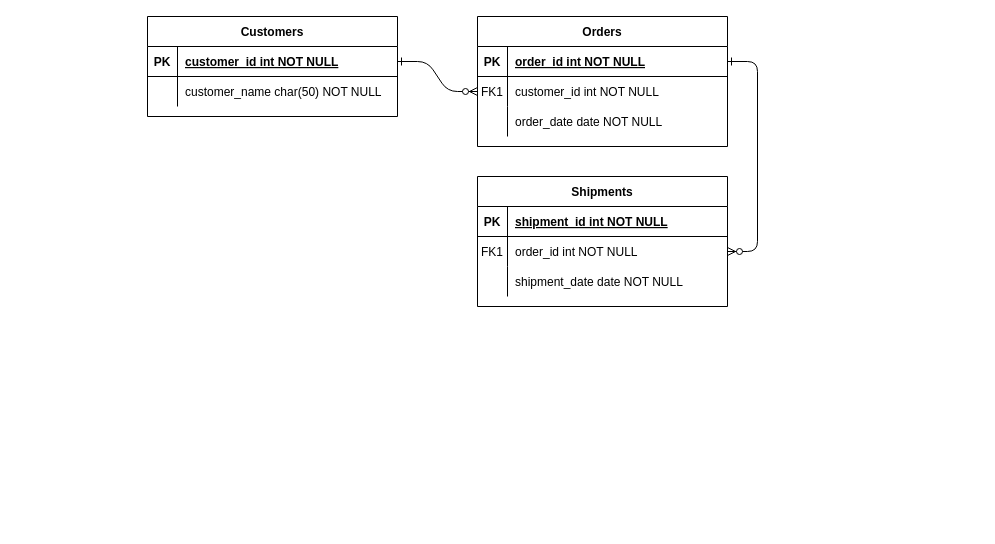
The draw.io diagram Untitled Diagram.drawio in DumeGrisoni/Base_de_donnees_Cinema, before the edit. Source tidied: cells renumbered, new cells numbered last; positions are measured from the earlier drawing's top-left corner, leaving out a move shared by most shapes. Both pictures are drawn from the tidied source at 100%, with x=0, y=0 at pixel (147, 16).
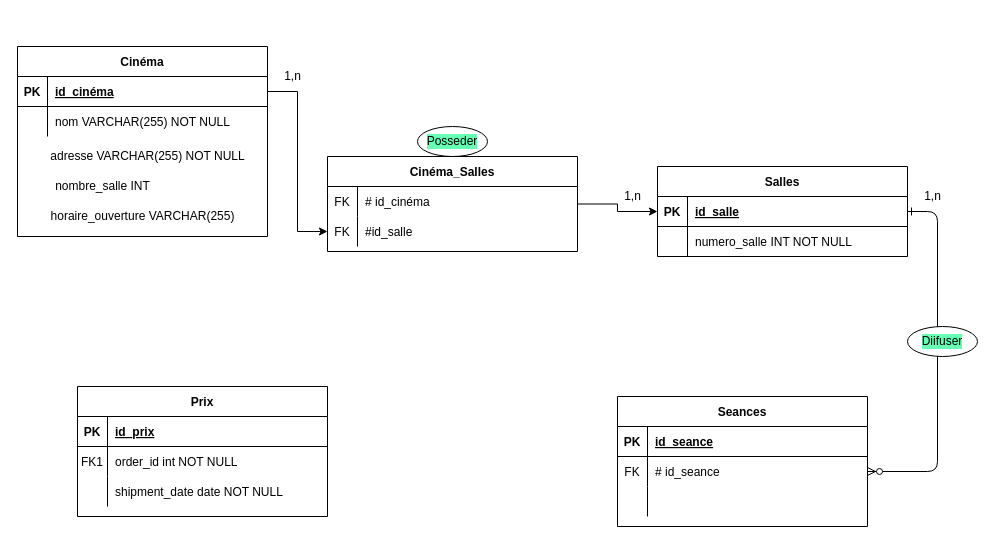
The same diagram, later.

The change refers to these unchanged cells:
```xml
<mxCell id="5" style="shape=partialRectangle;fillColor=none;points=[[0,0.5],[1,0.5]];portConstraint=eastwest;top=0;left=0;right=0;bottom=1;" parent="4" vertex="1">
  <mxGeometry y="30" width="250" height="30" as="geometry" />
</mxCell>
<mxCell id="15" style="shape=partialRectangle;fillColor=none;top=0;left=0;right=0;bottom=1;" parent="14" vertex="1">
  <mxGeometry y="30" width="250" height="30" as="geometry" />
</mxCell>
<mxCell id="18" style="shape=partialRectangle;fillColor=none;points=[[0,0.5],[1,0.5]];portConstraint=eastwest;top=0;left=0;right=0;bottom=0;" parent="14" vertex="1">
  <mxGeometry y="60" width="250" height="30" as="geometry" />
</mxCell>
<mxCell id="21" style="shape=partialRectangle;fillColor=none;top=0;left=0;right=0;bottom=0;" parent="14" vertex="1">
  <mxGeometry y="90" width="250" height="30" as="geometry" />
</mxCell>
<mxCell id="25" style="shape=partialRectangle;fillColor=none;points=[[0,0.5],[1,0.5]];portConstraint=eastwest;top=0;left=0;right=0;bottom=1;" parent="24" vertex="1">
  <mxGeometry y="30" width="250" height="30" as="geometry" />
</mxCell>
<mxCell id="28" style="shape=partialRectangle;fillColor=none;top=0;left=0;right=0;bottom=0;" parent="24" vertex="1">
  <mxGeometry y="60" width="250" height="30" as="geometry" />
</mxCell>
```

What changed in the source:
```diff
@@
-    <mxCell id="2" style="edgeStyle=entityRelationEdgeStyle;endArrow=ERzeroToMany;startArrow=ERone;endFill=1;startFill=0;" parent="1" edge="1" source="25" target="8">
-      <mxGeometry relative="1" as="geometry" />
-    </mxCell>
@@
-    <mxCell id="4" value="Orders" style="shape=table;startSize=30;childLayout=tableLayout;rowLines=0;fontStyle=1;align=center;" parent="1" vertex="1">
-      <mxGeometry x="330" width="250" height="130" as="geometry" />
+    <mxCell id="4" value="Salles" style="shape=table;startSize=30;childLayout=tableLayout;rowLines=0;fontStyle=1;align=center;" parent="1" vertex="1">
+      <mxGeometry x="510" y="150" width="250" height="90" as="geometry" />
     </mxCell>
@@
-    <mxCell id="7" value="order_id int NOT NULL " style="shape=partialRectangle;overflow=hidden;fillColor=none;top=0;left=0;bottom=0;right=0;align=left;spacingLeft=6;fontStyle=5;" parent="5" vertex="1">
+    <mxCell id="7" value="id_salle" style="shape=partialRectangle;overflow=hidden;fillColor=none;top=0;left=0;bottom=0;right=0;align=left;spacingLeft=6;fontStyle=5;" parent="5" vertex="1">
       <mxGeometry x="30" width="220" height="30" as="geometry" />
     </mxCell>
-    <mxCell id="8" style="shape=partialRectangle;fillColor=none;points=[[0,0.5],[1,0.5]];portConstraint=eastwest;top=0;left=0;right=0;bottom=0;" parent="4" vertex="1">
-      <mxGeometry y="60" width="250" height="30" as="geometry" />
-    </mxCell>
-    <mxCell id="9" value="FK1" style="shape=partialRectangle;overflow=hidden;fillColor=none;top=0;left=0;bottom=0;right=0;" parent="8" vertex="1">
-      <mxGeometry width="30" height="30" as="geometry" />
-    </mxCell>
-    <mxCell id="10" value="customer_id int NOT NULL" style="shape=partialRectangle;overflow=hidden;fillColor=none;top=0;left=0;bottom=0;right=0;align=left;spacingLeft=6;" parent="8" vertex="1">
-      <mxGeometry x="30" width="220" height="30" as="geometry" />
-    </mxCell>
     <mxCell id="11" style="shape=partialRectangle;fillColor=none;top=0;left=0;right=0;bottom=0;" parent="4" vertex="1">
-      <mxGeometry y="90" width="250" height="30" as="geometry" />
+      <mxGeometry y="60" width="250" height="30" as="geometry" />
     </mxCell>
@@
-    <mxCell id="13" value="order_date date NOT NULL" style="shape=partialRectangle;overflow=hidden;fillColor=none;top=0;left=0;bottom=0;right=0;align=left;spacingLeft=6;" parent="11" vertex="1">
+    <mxCell id="13" value="numero_salle INT NOT NULL" style="shape=partialRectangle;overflow=hidden;fillColor=none;top=0;left=0;bottom=0;right=0;align=left;spacingLeft=6;" parent="11" vertex="1">
       <mxGeometry x="30" width="220" height="30" as="geometry" />
     </mxCell>
-    <mxCell id="14" value="Shipments" style="shape=table;startSize=30;childLayout=tableLayout;rowLines=0;fontStyle=1;align=center;" parent="1" vertex="1">
-      <mxGeometry x="330" y="160" width="250" height="130" as="geometry" />
+    <mxCell id="14" value="Seances" style="shape=table;startSize=30;childLayout=tableLayout;rowLines=0;fontStyle=1;align=center;" parent="1" vertex="1">
+      <mxGeometry x="470" y="380" width="250" height="130" as="geometry" />
     </mxCell>
@@
-    <mxCell id="17" value="shipment_id int NOT NULL " style="shape=partialRectangle;overflow=hidden;fillColor=none;top=0;left=0;bottom=0;right=0;align=left;spacingLeft=6;fontStyle=5;" parent="15" vertex="1">
+    <mxCell id="17" value="id_seance" style="shape=partialRectangle;overflow=hidden;fillColor=none;top=0;left=0;bottom=0;right=0;align=left;spacingLeft=6;fontStyle=5;" parent="15" vertex="1">
       <mxGeometry x="30" width="220" height="30" as="geometry" />
     </mxCell>
@@
-    <mxCell id="19" value="FK1" style="shape=partialRectangle;overflow=hidden;fillColor=none;top=0;left=0;bottom=0;right=0;" parent="18" vertex="1">
+    <mxCell id="19" value="FK" style="shape=partialRectangle;overflow=hidden;fillColor=none;top=0;left=0;bottom=0;right=0;" parent="18" vertex="1">
       <mxGeometry width="30" height="30" as="geometry" />
     </mxCell>
-    <mxCell id="20" value="order_id int NOT NULL" style="shape=partialRectangle;overflow=hidden;fillColor=none;top=0;left=0;bottom=0;right=0;align=left;spacingLeft=6;" parent="18" vertex="1">
+    <mxCell id="20" value="# id_seance" style="shape=partialRectangle;overflow=hidden;fillColor=none;top=0;left=0;bottom=0;right=0;align=left;spacingLeft=6;" parent="18" vertex="1">
       <mxGeometry x="30" width="220" height="30" as="geometry" />
     </mxCell>
@@
-    <mxCell id="23" value="shipment_date date NOT NULL" style="shape=partialRectangle;overflow=hidden;fillColor=none;top=0;left=0;bottom=0;right=0;align=left;spacingLeft=6;" parent="21" vertex="1">
+    <mxCell id="23" style="shape=partialRectangle;overflow=hidden;fillColor=none;top=0;left=0;bottom=0;right=0;align=left;spacingLeft=6;" parent="21" vertex="1">
       <mxGeometry x="30" width="220" height="30" as="geometry" />
     </mxCell>
-    <mxCell id="24" value="Customers" style="shape=table;startSize=30;childLayout=tableLayout;rowLines=0;fontStyle=1;align=center;" parent="1" vertex="1">
-      <mxGeometry width="250" height="100" as="geometry" />
+    <mxCell id="24" value="Cinéma" style="shape=table;startSize=30;childLayout=tableLayout;rowLines=0;fontStyle=1;align=center;" parent="1" vertex="1">
+      <mxGeometry x="-130" y="30" width="250" height="190" as="geometry" />
     </mxCell>
@@
-    <mxCell id="27" value="customer_id int NOT NULL " style="shape=partialRectangle;overflow=hidden;fillColor=none;top=0;left=0;bottom=0;right=0;align=left;spacingLeft=6;fontStyle=5;" parent="25" vertex="1">
+    <mxCell id="27" value="id_cinéma" style="shape=partialRectangle;overflow=hidden;fillColor=none;top=0;left=0;bottom=0;right=0;align=left;spacingLeft=6;fontStyle=5;" parent="25" vertex="1">
       <mxGeometry x="30" width="220" height="30" as="geometry" />
     </mxCell>
@@
-    <mxCell id="30" value="customer_name char(50) NOT NULL" style="shape=partialRectangle;overflow=hidden;fillColor=none;top=0;left=0;bottom=0;right=0;align=left;spacingLeft=6;" parent="28" vertex="1">
+    <mxCell id="30" value="nom VARCHAR(255) NOT NULL" style="shape=partialRectangle;overflow=hidden;fillColor=none;top=0;left=0;bottom=0;right=0;align=left;spacingLeft=6;" parent="28" vertex="1">
       <mxGeometry x="30" width="220" height="30" as="geometry" />
     </mxCell>
+    <mxCell id="31" value="Prix" style="shape=table;startSize=30;childLayout=tableLayout;rowLines=0;fontStyle=1;align=center;" parent="1" vertex="1">
+      <mxGeometry x="-70" y="370" width="250" height="130" as="geometry" />
+    </mxCell>
+    <mxCell id="32" style="shape=partialRectangle;fillColor=none;top=0;left=0;right=0;bottom=1;" parent="31" vertex="1">
+      <mxGeometry y="30" width="250" height="30" as="geometry" />
+    </mxCell>
+    <mxCell id="33" value="PK" style="shape=partialRectangle;overflow=hidden;fillColor=none;top=0;left=0;bottom=0;right=0;fontStyle=1;" parent="32" vertex="1">
+      <mxGeometry width="30" height="30" as="geometry" />
+    </mxCell>
+    <mxCell id="34" value="id_prix" style="shape=partialRectangle;overflow=hidden;fillColor=none;top=0;left=0;bottom=0;right=0;align=left;spacingLeft=6;fontStyle=5;" parent="32" vertex="1">
+      <mxGeometry x="30" width="220" height="30" as="geometry" />
+    </mxCell>
+    <mxCell id="35" style="shape=partialRectangle;fillColor=none;top=0;left=0;right=0;bottom=0;" parent="31" vertex="1">
+      <mxGeometry y="60" width="250" height="30" as="geometry" />
+    </mxCell>
+    <mxCell id="9" value="FK1" style="shape=partialRectangle;overflow=hidden;fillColor=none;top=0;left=0;bottom=0;right=0;" parent="35" vertex="1">
+      <mxGeometry width="30" height="30" as="geometry" />
+    </mxCell>
+    <mxCell id="36" value="order_id int NOT NULL" style="shape=partialRectangle;overflow=hidden;fillColor=none;top=0;left=0;bottom=0;right=0;align=left;spacingLeft=6;" parent="35" vertex="1">
+      <mxGeometry x="30" width="220" height="30" as="geometry" />
+    </mxCell>
+    <mxCell id="37" style="shape=partialRectangle;fillColor=none;top=0;left=0;right=0;bottom=0;" parent="31" vertex="1">
+      <mxGeometry y="90" width="250" height="30" as="geometry" />
+    </mxCell>
+    <mxCell id="38" style="shape=partialRectangle;overflow=hidden;fillColor=none;top=0;left=0;bottom=0;right=0;" parent="37" vertex="1">
+      <mxGeometry width="30" height="30" as="geometry" />
+    </mxCell>
+    <mxCell id="39" value="shipment_date date NOT NULL" style="shape=partialRectangle;overflow=hidden;fillColor=none;top=0;left=0;bottom=0;right=0;align=left;spacingLeft=6;" parent="37" vertex="1">
+      <mxGeometry x="30" width="220" height="30" as="geometry" />
+    </mxCell>
+    <mxCell id="40" value="1,n" style="text;html=1;align=center;verticalAlign=middle;strokeColor=none;fillColor=none;" parent="1" vertex="1">
+      <mxGeometry x="130" y="50" width="30" height="20" as="geometry" />
+    </mxCell>
+    <mxCell id="41" value="1,n" style="text;html=1;align=center;verticalAlign=middle;strokeColor=none;fillColor=none;" parent="1" vertex="1">
+      <mxGeometry x="470" y="170" width="30" height="20" as="geometry" />
+    </mxCell>
+    <mxCell id="42" value="Posseder" style="ellipse;whiteSpace=wrap;html=1;labelBackgroundColor=#66FFB3;" parent="1" vertex="1">
+      <mxGeometry x="270" y="110" width="70" height="30" as="geometry" />
+    </mxCell>
+    <mxCell id="43" style="edgeStyle=orthogonalEdgeStyle;rounded=0;orthogonalLoop=1;jettySize=auto;html=1;exitX=0.5;exitY=1;exitDx=0;exitDy=0;" parent="1" edge="1">
+      <mxGeometry relative="1" as="geometry">
+        <mxPoint x="355" y="220" as="sourcePoint" />
+        <mxPoint x="355" y="220" as="targetPoint" />
+      </mxGeometry>
+    </mxCell>
+    <mxCell id="44" style="edgeStyle=orthogonalEdgeStyle;rounded=0;jettySize=auto;html=1;exitX=1;exitY=0.5;exitDx=0;exitDy=0;entryX=0;entryY=0.5;entryDx=0;entryDy=0;" parent="1" edge="1" source="45" target="5">
+      <mxGeometry relative="1" as="geometry" />
+    </mxCell>
+    <mxCell id="45" value="Cinéma_Salles" style="shape=table;startSize=30;childLayout=tableLayout;rowLines=0;fontStyle=1;align=center;" parent="1" vertex="1">
+      <mxGeometry x="180" y="140" width="250" height="95" as="geometry" />
+    </mxCell>
+    <mxCell id="46" style="shape=partialRectangle;fillColor=none;top=0;left=0;right=0;bottom=0;" parent="45" vertex="1">
+      <mxGeometry y="30" width="250" height="30" as="geometry" />
+    </mxCell>
+    <mxCell id="47" value="FK" style="shape=partialRectangle;overflow=hidden;fillColor=none;top=0;left=0;bottom=0;right=0;" parent="46" vertex="1">
+      <mxGeometry width="30" height="30" as="geometry" />
+    </mxCell>
+    <mxCell id="48" value="# id_cinéma" style="shape=partialRectangle;overflow=hidden;fillColor=none;top=0;left=0;bottom=0;right=0;align=left;spacingLeft=6;" parent="46" vertex="1">
+      <mxGeometry x="30" width="220" height="30" as="geometry" />
+    </mxCell>
+    <mxCell id="49" style="shape=partialRectangle;fillColor=none;points=[[0,0.5],[1,0.5]];portConstraint=eastwest;top=0;left=0;right=0;bottom=0;" parent="45" vertex="1">
+      <mxGeometry y="60" width="250" height="30" as="geometry" />
+    </mxCell>
+    <mxCell id="50" value="FK" style="shape=partialRectangle;overflow=hidden;fillColor=none;top=0;left=0;bottom=0;right=0;" parent="49" vertex="1">
+      <mxGeometry width="30" height="30" as="geometry" />
+    </mxCell>
+    <mxCell id="51" value="#id_salle" style="shape=partialRectangle;overflow=hidden;fillColor=none;top=0;left=0;bottom=0;right=0;align=left;spacingLeft=6;" parent="49" vertex="1">
+      <mxGeometry x="30" width="220" height="30" as="geometry" />
+    </mxCell>
+    <mxCell id="52" style="edgeStyle=orthogonalEdgeStyle;rounded=0;jettySize=auto;html=1;exitX=1;exitY=0.5;exitDx=0;exitDy=0;entryX=0;entryY=0.5;entryDx=0;entryDy=0;" parent="1" edge="1" source="25" target="49">
+      <mxGeometry relative="1" as="geometry" />
+    </mxCell>
+    <mxCell id="53" value="adresse VARCHAR(255) NOT NULL" style="text;html=1;align=center;verticalAlign=middle;strokeColor=none;fillColor=none;" parent="1" vertex="1">
+      <mxGeometry x="-105" y="130" width="210" height="20" as="geometry" />
+    </mxCell>
+    <mxCell id="54" value="nombre_salle INT " style="text;html=1;align=center;verticalAlign=middle;strokeColor=none;fillColor=none;" parent="1" vertex="1">
+      <mxGeometry x="-100" y="160" width="110" height="20" as="geometry" />
+    </mxCell>
+    <mxCell id="55" value="horaire_ouverture VARCHAR(255)" style="text;html=1;align=center;verticalAlign=middle;strokeColor=none;fillColor=none;" parent="1" vertex="1">
+      <mxGeometry x="-105" y="190" width="200" height="20" as="geometry" />
+    </mxCell>
+    <mxCell id="56" value="Diifuser" style="ellipse;whiteSpace=wrap;html=1;labelBackgroundColor=#66FFB3;" parent="1" vertex="1">
+      <mxGeometry x="760" y="310" width="70" height="30" as="geometry" />
+    </mxCell>
+    <mxCell id="57" value="1,n" style="text;html=1;align=center;verticalAlign=middle;strokeColor=none;fillColor=none;" parent="1" vertex="1">
+      <mxGeometry x="770" y="170" width="30" height="20" as="geometry" />
+    </mxCell>
```
